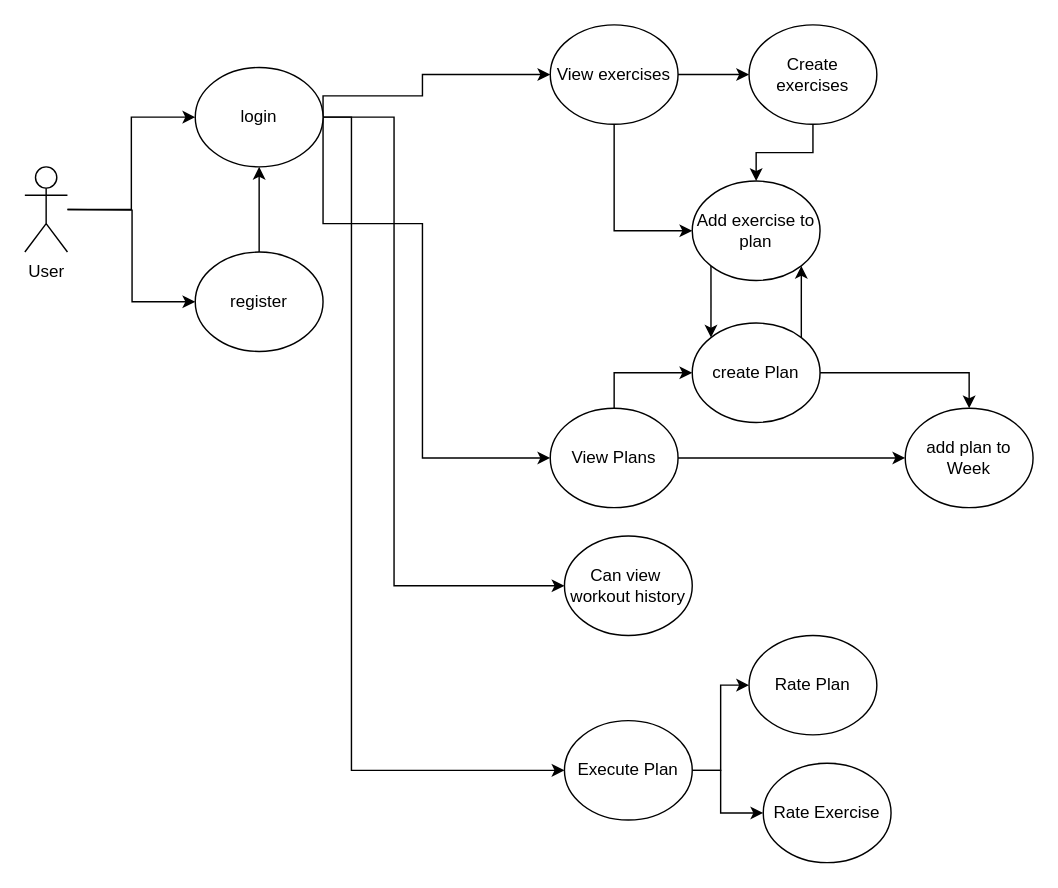
The draw.io diagram FitIT.drawio in sandialabs/sandia-hackathon-fall2021, before the edit. Source tidied: cells renumbered, new cells numbered last; positions are measured from the earlier drawing's top-left corner, leaving out a move shared by most shapes. Both pictures are drawn from the tidied source at 142%, with x=0, y=0 at pixel (24, 24).
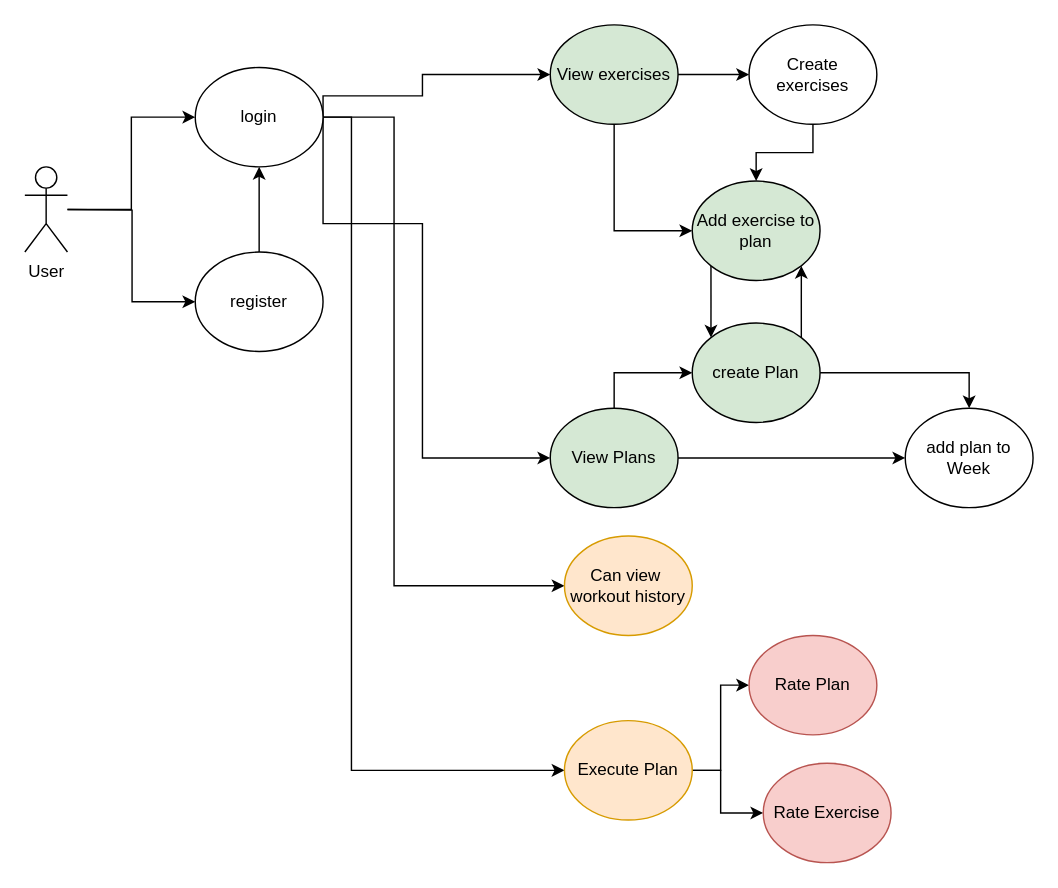
The same page after the edit.

Change to the diagram source:
```diff
@@
-    <mxCell id="12" value="Can view&amp;nbsp;&lt;br&gt;workout history" style="ellipse;whiteSpace=wrap;html=1;" parent="1" vertex="1">
+    <mxCell id="12" value="Can view&amp;nbsp;&lt;br&gt;workout history" style="ellipse;whiteSpace=wrap;html=1;fillColor=#ffe6cc;strokeColor=#d79b00;" parent="1" vertex="1">
       <mxGeometry x="380" y="360" width="90" height="70" as="geometry" />
     </mxCell>
@@
-    <mxCell id="15" value="Execute Plan" style="ellipse;whiteSpace=wrap;html=1;" parent="1" vertex="1">
+    <mxCell id="15" value="Execute Plan" style="ellipse;whiteSpace=wrap;html=1;fillColor=#ffe6cc;strokeColor=#d79b00;" parent="1" vertex="1">
       <mxGeometry x="380" y="490" width="90" height="70" as="geometry" />
     </mxCell>
-    <mxCell id="16" value="Rate Plan" style="ellipse;whiteSpace=wrap;html=1;" parent="1" vertex="1">
+    <mxCell id="16" value="Rate Plan" style="ellipse;whiteSpace=wrap;html=1;fillColor=#f8cecc;strokeColor=#b85450;" parent="1" vertex="1">
       <mxGeometry x="510" y="430" width="90" height="70" as="geometry" />
     </mxCell>
-    <mxCell id="17" value="Rate Exercise" style="ellipse;whiteSpace=wrap;html=1;" parent="1" vertex="1">
+    <mxCell id="17" value="Rate Exercise" style="ellipse;whiteSpace=wrap;html=1;fillColor=#f8cecc;strokeColor=#b85450;" parent="1" vertex="1">
       <mxGeometry x="520" y="520" width="90" height="70" as="geometry" />
     </mxCell>
@@
-    <mxCell id="20" value="View Plans" style="ellipse;whiteSpace=wrap;html=1;" parent="1" vertex="1">
+    <mxCell id="20" value="View Plans" style="ellipse;whiteSpace=wrap;html=1;fillColor=#d5e8d4;" parent="1" vertex="1">
       <mxGeometry x="370" y="270" width="90" height="70" as="geometry" />
     </mxCell>
@@
-    <mxCell id="23" value="View exercises" style="ellipse;whiteSpace=wrap;html=1;" parent="1" vertex="1">
+    <mxCell id="23" value="View exercises" style="ellipse;whiteSpace=wrap;html=1;fillColor=#d5e8d4;" parent="1" vertex="1">
       <mxGeometry x="370" width="90" height="70" as="geometry" />
     </mxCell>
@@
-    <mxCell id="28" value="Add exercise to plan" style="ellipse;whiteSpace=wrap;html=1;" parent="1" vertex="1">
+    <mxCell id="28" value="Add exercise to plan" style="ellipse;whiteSpace=wrap;html=1;fillColor=#d5e8d4;" parent="1" vertex="1">
       <mxGeometry x="470" y="110" width="90" height="70" as="geometry" />
     </mxCell>
@@
-    <mxCell id="31" value="create Plan" style="ellipse;whiteSpace=wrap;html=1;" parent="1" vertex="1">
+    <mxCell id="31" value="create Plan" style="ellipse;whiteSpace=wrap;html=1;fillColor=#d5e8d4;" parent="1" vertex="1">
       <mxGeometry x="470" y="210" width="90" height="70" as="geometry" />
     </mxCell>
```
